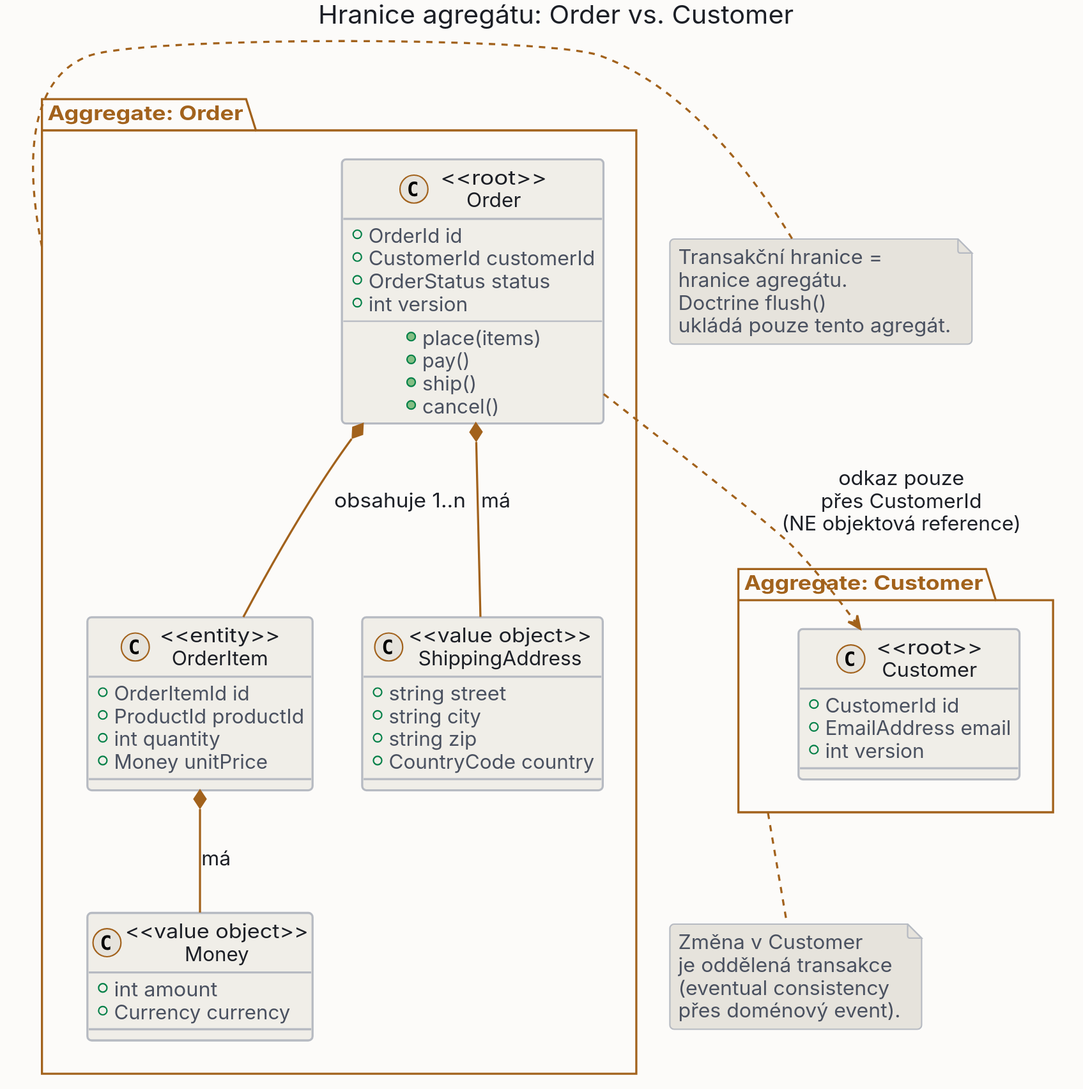
This is public/images/diagrams/21_aggregate_design/aggregate_boundary-light.svg from MichalKatuscak/ddd-v-symfony, a PlantUML export, as it was before one commit. Its diagram source:
```plantuml
@startuml aggregate_boundary
skinparam dpi 150
skinparam backgroundColor #fcfbf9
skinparam shadowing false
skinparam roundCorner 6

skinparam defaultFontName "DejaVu Sans"
skinparam defaultFontSize 14
skinparam defaultFontColor #1c1f26
skinparam defaultTextAlignment center


skinparam ArrowColor #a2621c
skinparam ArrowFontColor #1c1f26
skinparam ArrowThickness 1.5

skinparam node {
  BackgroundColor #f0eee8
  BorderColor #b6bac2
  FontColor #1c1f26
}

skinparam component {
  BackgroundColor #f0eee8
  BorderColor #b6bac2
  FontColor #1c1f26
}

skinparam rectangle {
  BackgroundColor #f0eee8
  BorderColor #b6bac2
  FontColor #1c1f26
}

skinparam package {
  BackgroundColor #fcfbf9
  BorderColor #a2621c
  FontColor #a2621c
}

skinparam folder {
  BackgroundColor #f0eee8
  BorderColor #b6bac2
  FontColor #1c1f26
}

skinparam frame {
  BackgroundColor #f0eee8
  BorderColor #b6bac2
  FontColor #1c1f26
}

skinparam database {
  BackgroundColor #e6e3dc
  BorderColor #b6bac2
  FontColor #1c1f26
}

skinparam queue {
  BackgroundColor #e6e3dc
  BorderColor #b6bac2
  FontColor #1c1f26
}

skinparam cloud {
  BackgroundColor #e6e3dc
  BorderColor #b6bac2
  FontColor #1c1f26
}

skinparam actor {
  BackgroundColor #f0eee8
  BorderColor #a2621c
  FontColor #1c1f26
}

skinparam usecase {
  BackgroundColor #f0eee8
  BorderColor #b6bac2
  FontColor #1c1f26
}

skinparam class {
  BackgroundColor #f0eee8
  BorderColor #b6bac2
  HeaderBackgroundColor #e6e3dc
  ArrowColor #a2621c
  FontColor #1c1f26
  AttributeFontColor #4a5160
  StereotypeFontColor #a2621c
}

skinparam object {
  BackgroundColor #f0eee8
  BorderColor #b6bac2
  FontColor #1c1f26
}

skinparam sequence {
  ParticipantBackgroundColor #f0eee8
  ParticipantBorderColor #b6bac2
  ParticipantFontColor #1c1f26
  ActorBackgroundColor #f0eee8
  ActorBorderColor #a2621c
  ActorFontColor #1c1f26
  LifeLineBorderColor #b6bac2
  LifeLineBackgroundColor #e6e3dc
  ArrowColor #a2621c
  ArrowFontColor #1c1f26
  GroupBackgroundColor #e6e3dc
  GroupBorderColor #b6bac2
  GroupFontColor #4a5160
  GroupHeaderFontColor #a2621c
  BoxBackgroundColor #fcfbf9
  BoxBorderColor #a2621c
  BoxFontColor #a2621c
  DividerBackgroundColor #e6e3dc
  DividerBorderColor #b6bac2
  DividerFontColor #4a5160
  ReferenceBackgroundColor #f0eee8
  ReferenceBorderColor #b6bac2
  ReferenceFontColor #1c1f26
  ReferenceHeaderBackgroundColor #e6e3dc
  StereotypeFontColor #a2621c
}

skinparam state {
  BackgroundColor #f0eee8
  BorderColor #b6bac2
  FontColor #1c1f26
  StartColor #a2621c
  EndColor #a2621c
  ArrowColor #a2621c
  AttributeFontColor #4a5160
}

skinparam activity {
  BackgroundColor #f0eee8
  BorderColor #b6bac2
  FontColor #1c1f26
  ArrowColor #a2621c
  StartColor #a2621c
  EndColor #a2621c
  BarColor #a2621c
  DiamondBackgroundColor #e6e3dc
  DiamondBorderColor #b6bac2
  DiamondFontColor #1c1f26
}

skinparam note {
  BackgroundColor #e6e3dc
  BorderColor #b6bac2
  FontColor #4a5160
}

skinparam title {
  FontColor #1c1f26
  FontSize 18
}

skinparam legend {
  BackgroundColor #f0eee8
  BorderColor #b6bac2
  FontColor #4a5160
}

skinparam caption {
  FontColor #4a5160
}

skinparam stereotype {
  CBackgroundColor #e6e3dc
  CBorderColor #a2621c
  ABackgroundColor #e6e3dc
  ABorderColor #a2621c
  IBackgroundColor #e6e3dc
  IBorderColor #a2621c
  EBackgroundColor #e6e3dc
  EBorderColor #a2621c
}

title Hranice agregátu: Order vs. Customer

package "Aggregate: Order" as OrderAgg {
  class "<<root>>\nOrder" as OrderRoot {
    +OrderId id
    +CustomerId customerId
    +OrderStatus status
    +int version
    --
    +place(items)
    +pay()
    +ship()
    +cancel()
  }

  class "<<entity>>\nOrderItem" as OrderItem {
    +OrderItemId id
    +ProductId productId
    +int quantity
    +Money unitPrice
  }

  class "<<value object>>\nMoney" as Money {
    +int amount
    +Currency currency
  }

  class "<<value object>>\nShippingAddress" as ShippingAddress {
    +string street
    +string city
    +string zip
    +CountryCode country
  }

  OrderRoot *-- OrderItem : obsahuje 1..n
  OrderRoot *-- ShippingAddress : má
  OrderItem *-- Money : má
}

package "Aggregate: Customer" as CustomerAgg {
  class "<<root>>\nCustomer" as CustomerRoot {
    +CustomerId id
    +EmailAddress email
    +int version
  }
}

OrderRoot ..> CustomerRoot : odkaz pouze\npřes CustomerId\n(NE objektová reference)

note right of OrderAgg
  Transakční hranice =
  hranice agregátu.
  Doctrine flush()
  ukládá pouze tento agregát.
end note

note bottom of CustomerAgg
  Změna v Customer
  je oddělená transakce
  (eventual consistency
  přes doménový event).
end note

@enduml
```
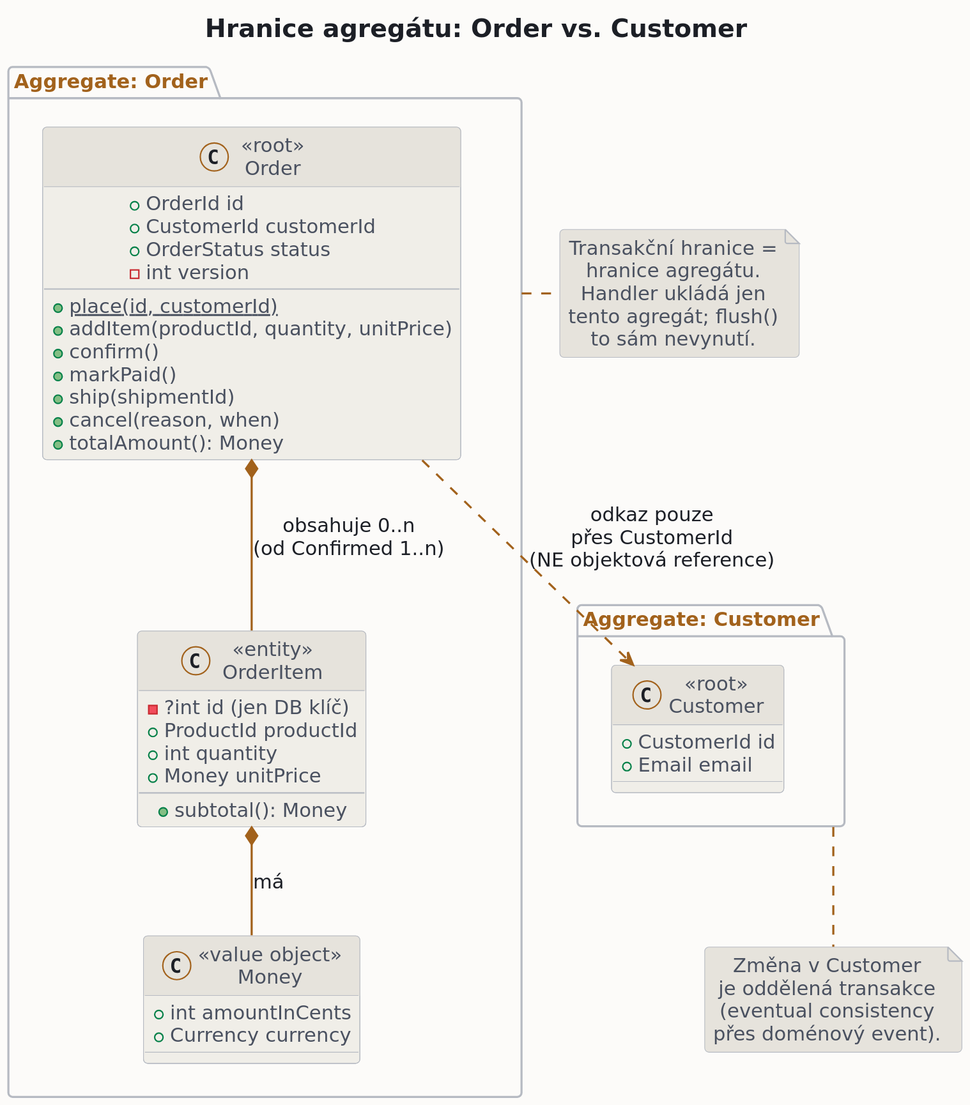
After the commit.

Change to the diagram source:
```diff
@@ -1,183 +1,5 @@
-@startuml aggregate_boundary
-skinparam dpi 150
-skinparam backgroundColor #fcfbf9
-skinparam shadowing false
-skinparam roundCorner 6
-
-skinparam defaultFontName "DejaVu Sans"
-skinparam defaultFontSize 14
-skinparam defaultFontColor #1c1f26
-skinparam defaultTextAlignment center
-
-
-skinparam ArrowColor #a2621c
-skinparam ArrowFontColor #1c1f26
-skinparam ArrowThickness 1.5
-
-skinparam node {
-  BackgroundColor #f0eee8
-  BorderColor #b6bac2
-  FontColor #1c1f26
-}
-
-skinparam component {
-  BackgroundColor #f0eee8
-  BorderColor #b6bac2
-  FontColor #1c1f26
-}
-
-skinparam rectangle {
-  BackgroundColor #f0eee8
-  BorderColor #b6bac2
-  FontColor #1c1f26
-}
-
-skinparam package {
-  BackgroundColor #fcfbf9
-  BorderColor #a2621c
-  FontColor #a2621c
-}
-
-skinparam folder {
-  BackgroundColor #f0eee8
-  BorderColor #b6bac2
-  FontColor #1c1f26
-}
-
-skinparam frame {
-  BackgroundColor #f0eee8
-  BorderColor #b6bac2
-  FontColor #1c1f26
-}
-
-skinparam database {
-  BackgroundColor #e6e3dc
-  BorderColor #b6bac2
-  FontColor #1c1f26
-}
-
-skinparam queue {
-  BackgroundColor #e6e3dc
-  BorderColor #b6bac2
-  FontColor #1c1f26
-}
-
-skinparam cloud {
-  BackgroundColor #e6e3dc
-  BorderColor #b6bac2
-  FontColor #1c1f26
-}
-
-skinparam actor {
-  BackgroundColor #f0eee8
-  BorderColor #a2621c
-  FontColor #1c1f26
-}
-
-skinparam usecase {
-  BackgroundColor #f0eee8
-  BorderColor #b6bac2
-  FontColor #1c1f26
-}
-
-skinparam class {
-  BackgroundColor #f0eee8
-  BorderColor #b6bac2
-  HeaderBackgroundColor #e6e3dc
-  ArrowColor #a2621c
-  FontColor #1c1f26
-  AttributeFontColor #4a5160
-  StereotypeFontColor #a2621c
-}
-
-skinparam object {
-  BackgroundColor #f0eee8
-  BorderColor #b6bac2
-  FontColor #1c1f26
-}
-
-skinparam sequence {
-  ParticipantBackgroundColor #f0eee8
-  ParticipantBorderColor #b6bac2
-  ParticipantFontColor #1c1f26
-  ActorBackgroundColor #f0eee8
-  ActorBorderColor #a2621c
-  ActorFontColor #1c1f26
-  LifeLineBorderColor #b6bac2
-  LifeLineBackgroundColor #e6e3dc
-  ArrowColor #a2621c
-  ArrowFontColor #1c1f26
-  GroupBackgroundColor #e6e3dc
-  GroupBorderColor #b6bac2
-  GroupFontColor #4a5160
-  GroupHeaderFontColor #a2621c
-  BoxBackgroundColor #fcfbf9
-  BoxBorderColor #a2621c
-  BoxFontColor #a2621c
-  DividerBackgroundColor #e6e3dc
-  DividerBorderColor #b6bac2
-  DividerFontColor #4a5160
-  ReferenceBackgroundColor #f0eee8
-  ReferenceBorderColor #b6bac2
-  ReferenceFontColor #1c1f26
-  ReferenceHeaderBackgroundColor #e6e3dc
-  StereotypeFontColor #a2621c
-}
-
-skinparam state {
-  BackgroundColor #f0eee8
-  BorderColor #b6bac2
-  FontColor #1c1f26
-  StartColor #a2621c
-  EndColor #a2621c
-  ArrowColor #a2621c
-  AttributeFontColor #4a5160
-}
-
-skinparam activity {
-  BackgroundColor #f0eee8
-  BorderColor #b6bac2
-  FontColor #1c1f26
-  ArrowColor #a2621c
-  StartColor #a2621c
-  EndColor #a2621c
-  BarColor #a2621c
-  DiamondBackgroundColor #e6e3dc
-  DiamondBorderColor #b6bac2
-  DiamondFontColor #1c1f26
-}
-
-skinparam note {
-  BackgroundColor #e6e3dc
-  BorderColor #b6bac2
-  FontColor #4a5160
-}
-
-skinparam title {
-  FontColor #1c1f26
-  FontSize 18
-}
-
-skinparam legend {
-  BackgroundColor #f0eee8
-  BorderColor #b6bac2
-  FontColor #4a5160
-}
-
-skinparam caption {
-  FontColor #4a5160
-}
-
-skinparam stereotype {
-  CBackgroundColor #e6e3dc
-  CBorderColor #a2621c
-  ABackgroundColor #e6e3dc
-  ABorderColor #a2621c
-  IBackgroundColor #e6e3dc
-  IBorderColor #a2621c
-  EBackgroundColor #e6e3dc
-  EBorderColor #a2621c
-}
+@startuml
+!include ../theme.iuml
 
 title Hranice agregátu: Order vs. Customer
 
@@ -186,43 +8,39 @@
     +OrderId id
     +CustomerId customerId
     +OrderStatus status
-    +int version
+    -int version
     --
-    +place(items)
-    +pay()
-    +ship()
-    +cancel()
+    +{static} place(id, customerId)
+    +addItem(productId, quantity, unitPrice)
+    +confirm()
+    +markPaid()
+    +ship(shipmentId)
+    +cancel(reason, when)
+    +totalAmount(): Money
   }
 
   class "<<entity>>\nOrderItem" as OrderItem {
-    +OrderItemId id
+    -?int id (jen DB klíč)
     +ProductId productId
     +int quantity
     +Money unitPrice
+    --
+    +subtotal(): Money
   }
 
   class "<<value object>>\nMoney" as Money {
-    +int amount
+    +int amountInCents
     +Currency currency
   }
 
-  class "<<value object>>\nShippingAddress" as ShippingAddress {
-    +string street
-    +string city
-    +string zip
-    +CountryCode country
-  }
-
-  OrderRoot *-- OrderItem : obsahuje 1..n
-  OrderRoot *-- ShippingAddress : má
+  OrderRoot *-- OrderItem : obsahuje 0..n\n(od Confirmed 1..n)
   OrderItem *-- Money : má
 }
 
 package "Aggregate: Customer" as CustomerAgg {
   class "<<root>>\nCustomer" as CustomerRoot {
     +CustomerId id
-    +EmailAddress email
-    +int version
+    +Email email
   }
 }
 
@@ -231,8 +49,9 @@
 note right of OrderAgg
   Transakční hranice =
   hranice agregátu.
-  Doctrine flush()
-  ukládá pouze tento agregát.
+  Handler ukládá jen
+  tento agregát; flush()
+  to sám nevynutí.
 end note
 
 note bottom of CustomerAgg
@@ -241,5 +60,4 @@
   (eventual consistency
   přes doménový event).
 end note
-
 @enduml
```
